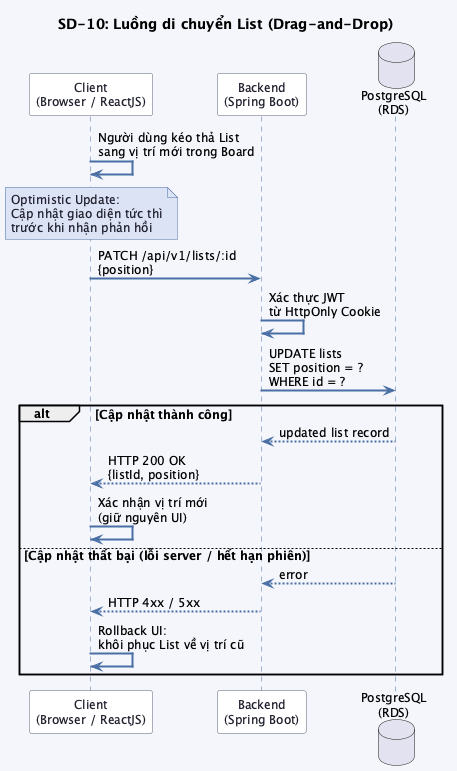
Before: src/images/chap3/sequence_sd10.png, a diagram exported from PlantUML (trongnhan34vn/trello-report).
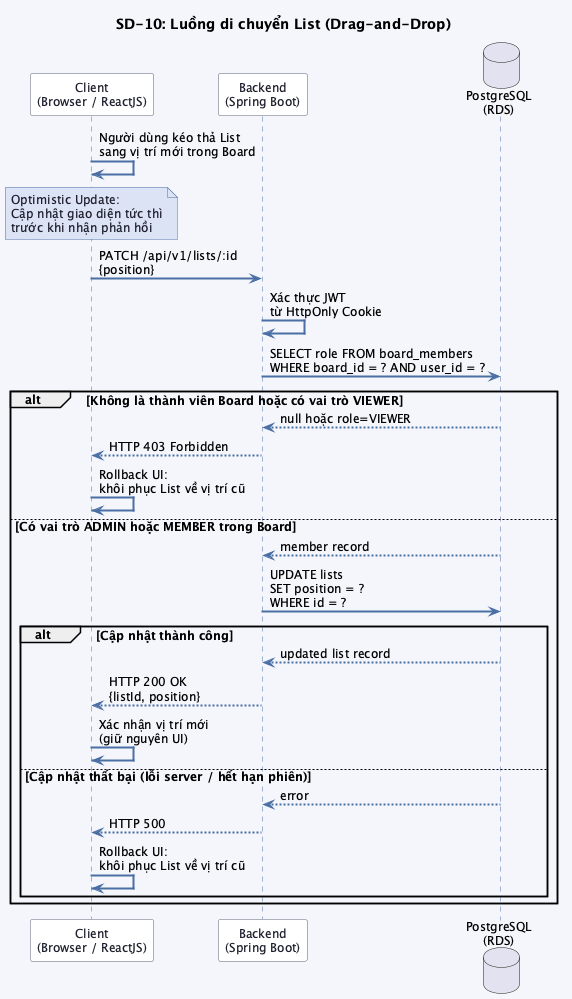
Above is the later version.

The edit, as a diff of the source:
```diff
@@ -28,16 +28,26 @@
 
 BACKEND -> BACKEND : Xác thực JWT\ntừ HttpOnly Cookie
 
-BACKEND -> DB : UPDATE lists\nSET position = ?\nWHERE id = ?
+BACKEND -> DB : SELECT role FROM board_members\nWHERE board_id = ? AND user_id = ?
 
-alt Cập nhật thành công
-    DB --> BACKEND : updated list record
-    BACKEND --> CLIENT : HTTP 200 OK\n{listId, position}
-    CLIENT -> CLIENT : Xác nhận vị trí mới\n(giữ nguyên UI)
-else Cập nhật thất bại (lỗi server / hết hạn phiên)
-    DB --> BACKEND : error
-    BACKEND --> CLIENT : HTTP 4xx / 5xx
+alt Không là thành viên Board hoặc có vai trò VIEWER
+    DB --> BACKEND : null hoặc role=VIEWER
+    BACKEND --> CLIENT : HTTP 403 Forbidden
     CLIENT -> CLIENT : Rollback UI:\nkhôi phục List về vị trí cũ
+else Có vai trò ADMIN hoặc MEMBER trong Board
+    DB --> BACKEND : member record
+
+    BACKEND -> DB : UPDATE lists\nSET position = ?\nWHERE id = ?
+
+    alt Cập nhật thành công
+        DB --> BACKEND : updated list record
+        BACKEND --> CLIENT : HTTP 200 OK\n{listId, position}
+        CLIENT -> CLIENT : Xác nhận vị trí mới\n(giữ nguyên UI)
+    else Cập nhật thất bại (lỗi server / hết hạn phiên)
+        DB --> BACKEND : error
+        BACKEND --> CLIENT : HTTP 500
+        CLIENT -> CLIENT : Rollback UI:\nkhôi phục List về vị trí cũ
+    end
 end
 
 @enduml
```
